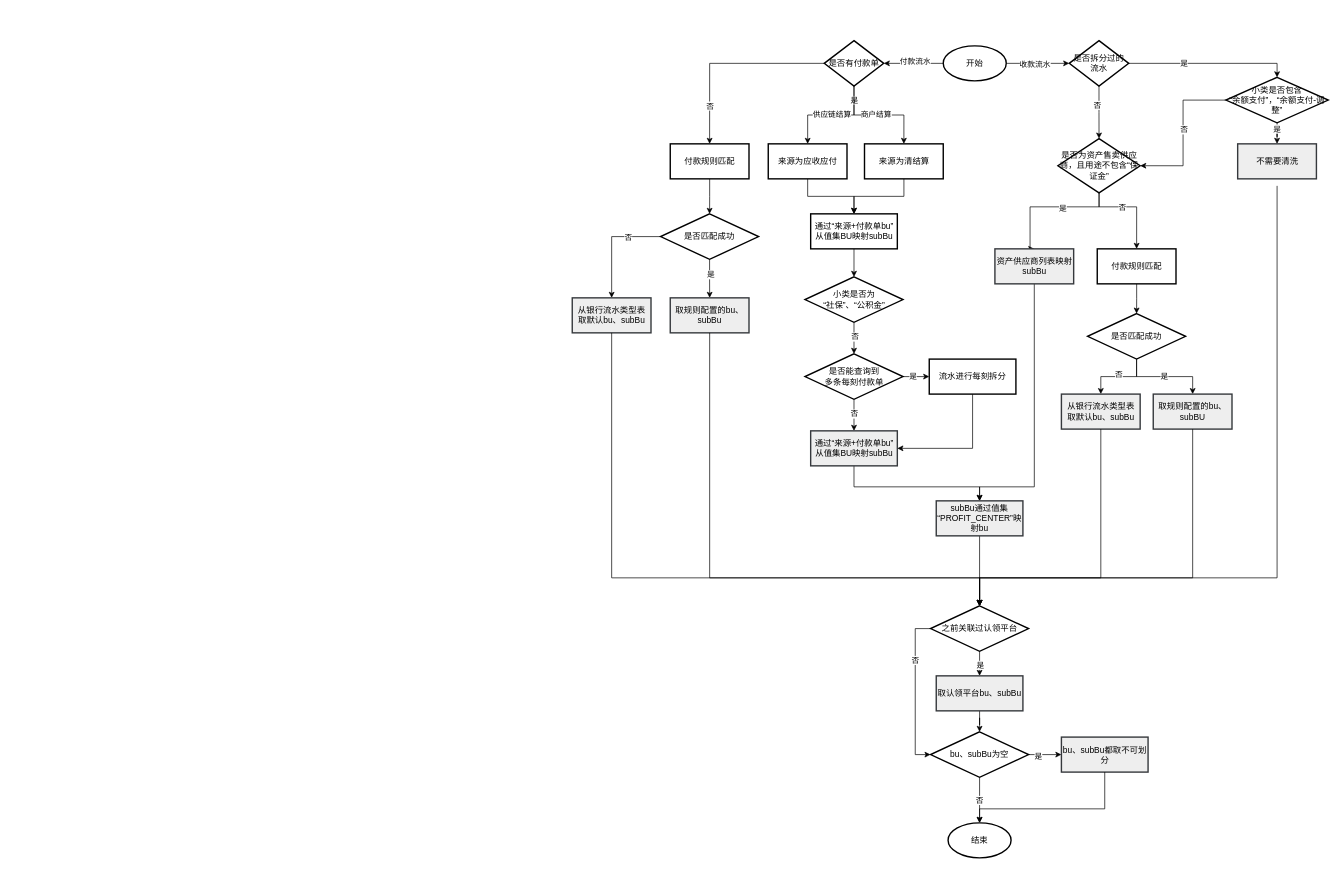
491705331/personal-notes keeps this draw.io diagram as page "银行流水-清洗" (4 of 5) of 流程图/work_bankFlow.drawio. Above is the earlier version. Source tidied: cells renumbered, new cells numbered last; positions are measured from the earlier drawing's top-left corner, leaving out a move shared by most shapes. Both pictures are drawn from the tidied source at 70%, with x=0, y=0 at pixel (572, 40).
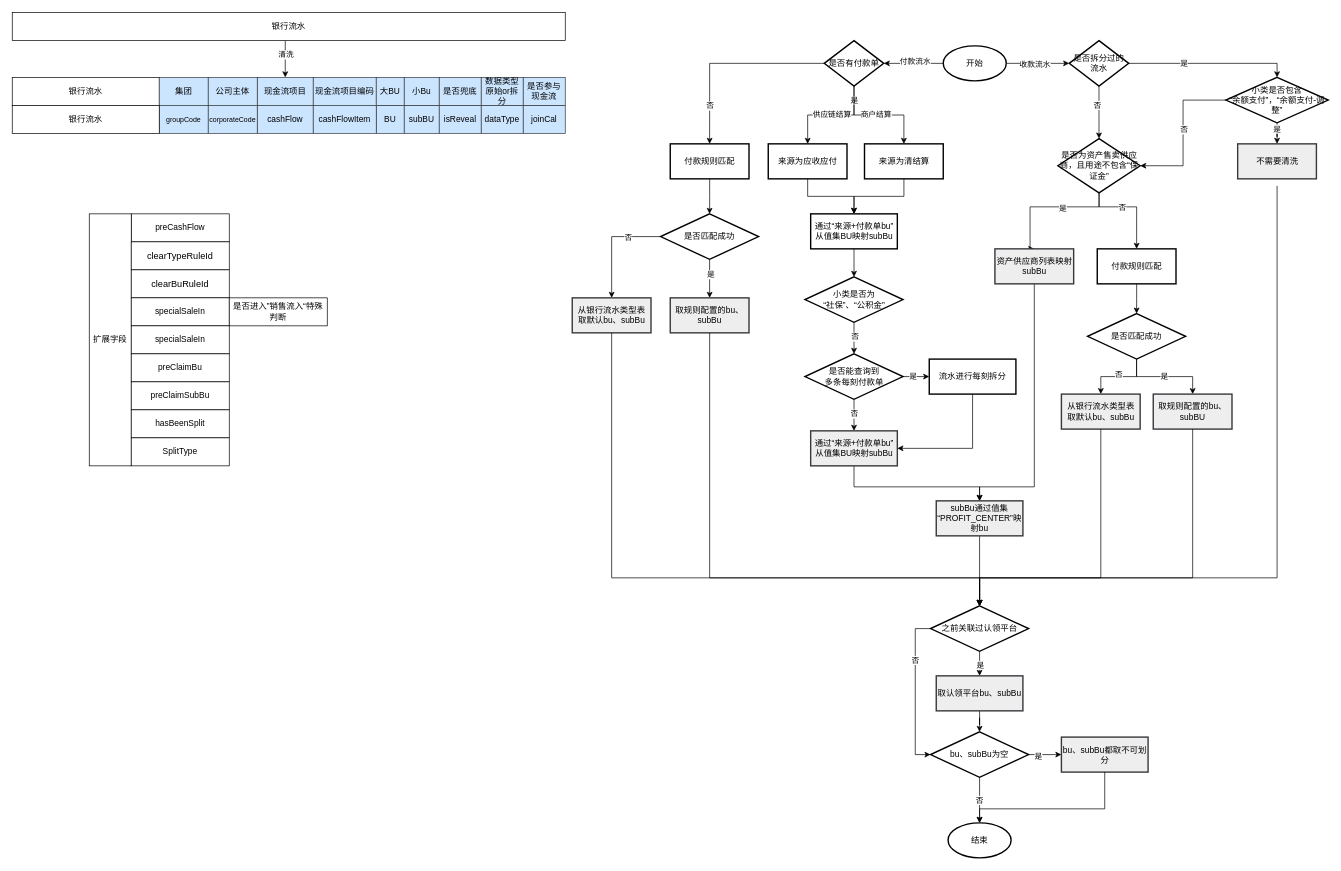
After the change.

The edit, as a diff of the source:
```diff
@@
+    <mxCell id="89" style="edgeStyle=orthogonalEdgeStyle;rounded=0;jettySize=auto;html=1;entryX=0.5;entryY=0;entryDx=0;entryDy=0;" parent="1" edge="1" source="91" target="93">
+      <mxGeometry relative="1" as="geometry">
+        <Array as="points">
+          <mxPoint x="-410" y="8" />
+          <mxPoint x="-410" y="8" />
+        </Array>
+      </mxGeometry>
+    </mxCell>
+    <mxCell id="90" value="清洗" style="edgeLabel;html=1;align=center;verticalAlign=middle;" parent="89" vertex="1">
+      <mxGeometry x="-0.21" relative="1" as="geometry">
+        <mxPoint y="-1" as="offset" />
+      </mxGeometry>
+    </mxCell>
+    <mxCell id="91" value="银行流水" style="rounded=0;whiteSpace=wrap;html=1;" parent="1" vertex="1">
+      <mxGeometry x="-800" y="-39.5" width="790" height="40" as="geometry" />
+    </mxCell>
+    <mxCell id="92" value="银行流水" style="rounded=0;whiteSpace=wrap;html=1;" parent="1" vertex="1">
+      <mxGeometry x="-800" y="53" width="210" height="40" as="geometry" />
+    </mxCell>
+    <mxCell id="93" value="现金流项目" style="rounded=0;whiteSpace=wrap;html=1;fillColor=#cce5ff;strokeColor=#36393d;" parent="1" vertex="1">
+      <mxGeometry x="-450" y="53" width="80" height="40" as="geometry" />
+    </mxCell>
+    <mxCell id="94" value="现金流项目编码" style="rounded=0;whiteSpace=wrap;html=1;fillColor=#cce5ff;strokeColor=#36393d;" parent="1" vertex="1">
+      <mxGeometry x="-370" y="53" width="90" height="40" as="geometry" />
+    </mxCell>
+    <mxCell id="95" value="BU" style="rounded=0;whiteSpace=wrap;html=1;fillColor=#cce5ff;strokeColor=#36393d;" parent="1" vertex="1">
+      <mxGeometry x="-280" y="93" width="40" height="40" as="geometry" />
+    </mxCell>
+    <mxCell id="96" value="preCashFlow" style="rounded=0;whiteSpace=wrap;html=1;" parent="1" vertex="1">
+      <mxGeometry x="-630" y="248" width="140" height="40" as="geometry" />
+    </mxCell>
+    <mxCell id="97" value="扩展字段" style="rounded=0;whiteSpace=wrap;html=1;" parent="1" vertex="1">
+      <mxGeometry x="-690" y="248" width="60" height="360" as="geometry" />
+    </mxCell>
+    <mxCell id="98" value="集团" style="rounded=0;whiteSpace=wrap;html=1;fillColor=#cce5ff;strokeColor=#36393d;" parent="1" vertex="1">
+      <mxGeometry x="-590" y="53" width="70" height="40" as="geometry" />
+    </mxCell>
+    <mxCell id="99" value="公司主体" style="rounded=0;whiteSpace=wrap;html=1;fillColor=#cce5ff;strokeColor=#36393d;" parent="1" vertex="1">
+      <mxGeometry x="-520" y="53" width="70" height="40" as="geometry" />
+    </mxCell>
+    <mxCell id="100" value="subBU" style="rounded=0;whiteSpace=wrap;html=1;fillColor=#cce5ff;strokeColor=#36393d;" parent="1" vertex="1">
+      <mxGeometry x="-240" y="93" width="50" height="40" as="geometry" />
+    </mxCell>
+    <mxCell id="101" value="&lt;div style=&quot;&quot;&gt;&lt;p style=&quot;font-size: 9.8pt;&quot;&gt;clearTypeRuleId&lt;/p&gt;&lt;/div&gt;" style="rounded=0;whiteSpace=wrap;html=1;" parent="1" vertex="1">
+      <mxGeometry x="-630" y="288" width="140" height="40" as="geometry" />
+    </mxCell>
+    <mxCell id="102" value="&lt;div style=&quot;&quot;&gt;&lt;p style=&quot;font-size: 9.8pt;&quot;&gt;clearBuRuleId&lt;/p&gt;&lt;/div&gt;" style="rounded=0;whiteSpace=wrap;html=1;" parent="1" vertex="1">
+      <mxGeometry x="-630" y="328" width="140" height="40" as="geometry" />
+    </mxCell>
+    <mxCell id="103" value="isReveal" style="rounded=0;whiteSpace=wrap;html=1;fillColor=#cce5ff;strokeColor=#36393d;" parent="1" vertex="1">
+      <mxGeometry x="-190" y="93" width="60" height="40" as="geometry" />
+    </mxCell>
+    <mxCell id="104" value="specialSaleIn" style="rounded=0;whiteSpace=wrap;html=1;" parent="1" vertex="1">
+      <mxGeometry x="-630" y="368" width="140" height="40" as="geometry" />
+    </mxCell>
+    <mxCell id="105" value="是否进入”销售流入“特殊判断" style="rounded=0;whiteSpace=wrap;html=1;" parent="1" vertex="1">
+      <mxGeometry x="-490" y="368" width="140" height="40" as="geometry" />
+    </mxCell>
+    <mxCell id="106" value="specialSaleIn" style="rounded=0;whiteSpace=wrap;html=1;" parent="1" vertex="1">
+      <mxGeometry x="-630" y="408" width="140" height="40" as="geometry" />
+    </mxCell>
+    <mxCell id="107" value="dataType" style="rounded=0;whiteSpace=wrap;html=1;fillColor=#cce5ff;strokeColor=#36393d;" parent="1" vertex="1">
+      <mxGeometry x="-130" y="93" width="60" height="40" as="geometry" />
+    </mxCell>
+    <mxCell id="108" value="preClaimBu" style="rounded=0;whiteSpace=wrap;html=1;" parent="1" vertex="1">
+      <mxGeometry x="-630" y="448" width="140" height="40" as="geometry" />
+    </mxCell>
+    <mxCell id="109" value="preClaimSubBu" style="rounded=0;whiteSpace=wrap;html=1;" parent="1" vertex="1">
+      <mxGeometry x="-630" y="488" width="140" height="40" as="geometry" />
+    </mxCell>
+    <mxCell id="110" value="hasBeenSplit" style="rounded=0;whiteSpace=wrap;html=1;" parent="1" vertex="1">
+      <mxGeometry x="-630" y="528" width="140" height="40" as="geometry" />
+    </mxCell>
+    <mxCell id="111" value="SplitType" style="rounded=0;whiteSpace=wrap;html=1;" parent="1" vertex="1">
+      <mxGeometry x="-630" y="568" width="140" height="40" as="geometry" />
+    </mxCell>
+    <mxCell id="112" value="joinCal" style="rounded=0;whiteSpace=wrap;html=1;fillColor=#cce5ff;strokeColor=#36393d;" parent="1" vertex="1">
+      <mxGeometry x="-70" y="93" width="60" height="40" as="geometry" />
+    </mxCell>
+    <mxCell id="113" value="cashFlow" style="rounded=0;whiteSpace=wrap;html=1;fillColor=#cce5ff;strokeColor=#36393d;" parent="1" vertex="1">
+      <mxGeometry x="-450" y="93" width="80" height="40" as="geometry" />
+    </mxCell>
+    <mxCell id="114" value="cashFlowItem" style="rounded=0;whiteSpace=wrap;html=1;fillColor=#cce5ff;strokeColor=#36393d;" parent="1" vertex="1">
+      <mxGeometry x="-370" y="93" width="90" height="40" as="geometry" />
+    </mxCell>
+    <mxCell id="115" value="&lt;span style=&quot;font-size: 10px;&quot;&gt;groupCode&lt;/span&gt;" style="rounded=0;whiteSpace=wrap;html=1;fillColor=#cce5ff;strokeColor=#36393d;" parent="1" vertex="1">
+      <mxGeometry x="-590" y="93" width="70" height="40" as="geometry" />
+    </mxCell>
+    <mxCell id="116" value="&lt;font style=&quot;font-size: 10px;&quot;&gt;corporateCode&lt;/font&gt;" style="rounded=0;whiteSpace=wrap;html=1;fillColor=#cce5ff;strokeColor=#36393d;" parent="1" vertex="1">
+      <mxGeometry x="-520" y="93" width="70" height="40" as="geometry" />
+    </mxCell>
+    <mxCell id="117" value="大BU" style="rounded=0;whiteSpace=wrap;html=1;fillColor=#cce5ff;strokeColor=#36393d;" parent="1" vertex="1">
+      <mxGeometry x="-280" y="53" width="40" height="40" as="geometry" />
+    </mxCell>
+    <mxCell id="118" value="小Bu" style="rounded=0;whiteSpace=wrap;html=1;fillColor=#cce5ff;strokeColor=#36393d;" parent="1" vertex="1">
+      <mxGeometry x="-240" y="53" width="50" height="40" as="geometry" />
+    </mxCell>
+    <mxCell id="119" value="是否兜底" style="rounded=0;whiteSpace=wrap;html=1;fillColor=#cce5ff;strokeColor=#36393d;" parent="1" vertex="1">
+      <mxGeometry x="-190" y="53" width="60" height="40" as="geometry" />
+    </mxCell>
+    <mxCell id="120" value="数据类型&lt;div&gt;原始or拆分&lt;/div&gt;" style="rounded=0;whiteSpace=wrap;html=1;fillColor=#cce5ff;strokeColor=#36393d;" parent="1" vertex="1">
+      <mxGeometry x="-130" y="53" width="60" height="40" as="geometry" />
+    </mxCell>
+    <mxCell id="121" value="是否参与现金流" style="rounded=0;whiteSpace=wrap;html=1;fillColor=#cce5ff;strokeColor=#36393d;" parent="1" vertex="1">
+      <mxGeometry x="-70" y="53" width="60" height="40" as="geometry" />
+    </mxCell>
+    <mxCell id="122" value="银行流水" style="rounded=0;whiteSpace=wrap;html=1;" parent="1" vertex="1">
+      <mxGeometry x="-800" y="93" width="210" height="40" as="geometry" />
+    </mxCell>
```
